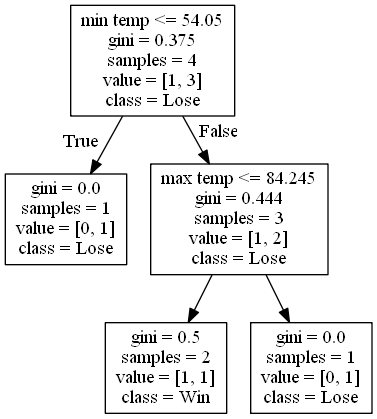
alexana-steck/CSE482Project keeps this Graphviz diagram as DecisionTrees/Conference USAdecision_tree_no_score_or_attendance9.png. Above is the earlier version. Its source is kept beside it as DecisionTrees/Conference USAdecision_tree_no_score_or_attendance9.dot.
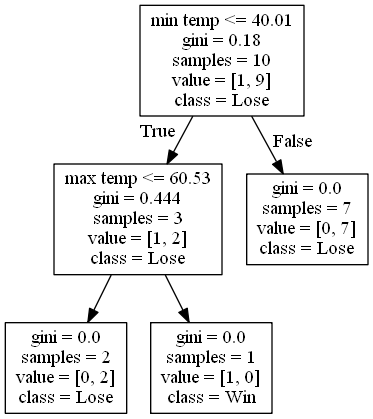
The same diagram one commit later.

Diff of the diagram source:
```diff
@@ -1,12 +1,12 @@
 digraph Tree {
 node [shape=box] ;
-0 [label="min temp <= 54.05\ngini = 0.375\nsamples = 4\nvalue = [1, 3]\nclass = Lose"] ;
-1 [label="gini = 0.0\nsamples = 1\nvalue = [0, 1]\nclass = Lose"] ;
+0 [label="min temp <= 40.01\ngini = 0.18\nsamples = 10\nvalue = [1, 9]\nclass = Lose"] ;
+1 [label="max temp <= 60.53\ngini = 0.444\nsamples = 3\nvalue = [1, 2]\nclass = Lose"] ;
 0 -> 1 [labeldistance=2.5, labelangle=45, headlabel="True"] ;
-2 [label="max temp <= 84.245\ngini = 0.444\nsamples = 3\nvalue = [1, 2]\nclass = Lose"] ;
-0 -> 2 [labeldistance=2.5, labelangle=-45, headlabel="False"] ;
-3 [label="gini = 0.5\nsamples = 2\nvalue = [1, 1]\nclass = Win"] ;
-2 -> 3 ;
-4 [label="gini = 0.0\nsamples = 1\nvalue = [0, 1]\nclass = Lose"] ;
-2 -> 4 ;
+2 [label="gini = 0.0\nsamples = 2\nvalue = [0, 2]\nclass = Lose"] ;
+1 -> 2 ;
+3 [label="gini = 0.0\nsamples = 1\nvalue = [1, 0]\nclass = Win"] ;
+1 -> 3 ;
+4 [label="gini = 0.0\nsamples = 7\nvalue = [0, 7]\nclass = Lose"] ;
+0 -> 4 [labeldistance=2.5, labelangle=-45, headlabel="False"] ;
 }
```
